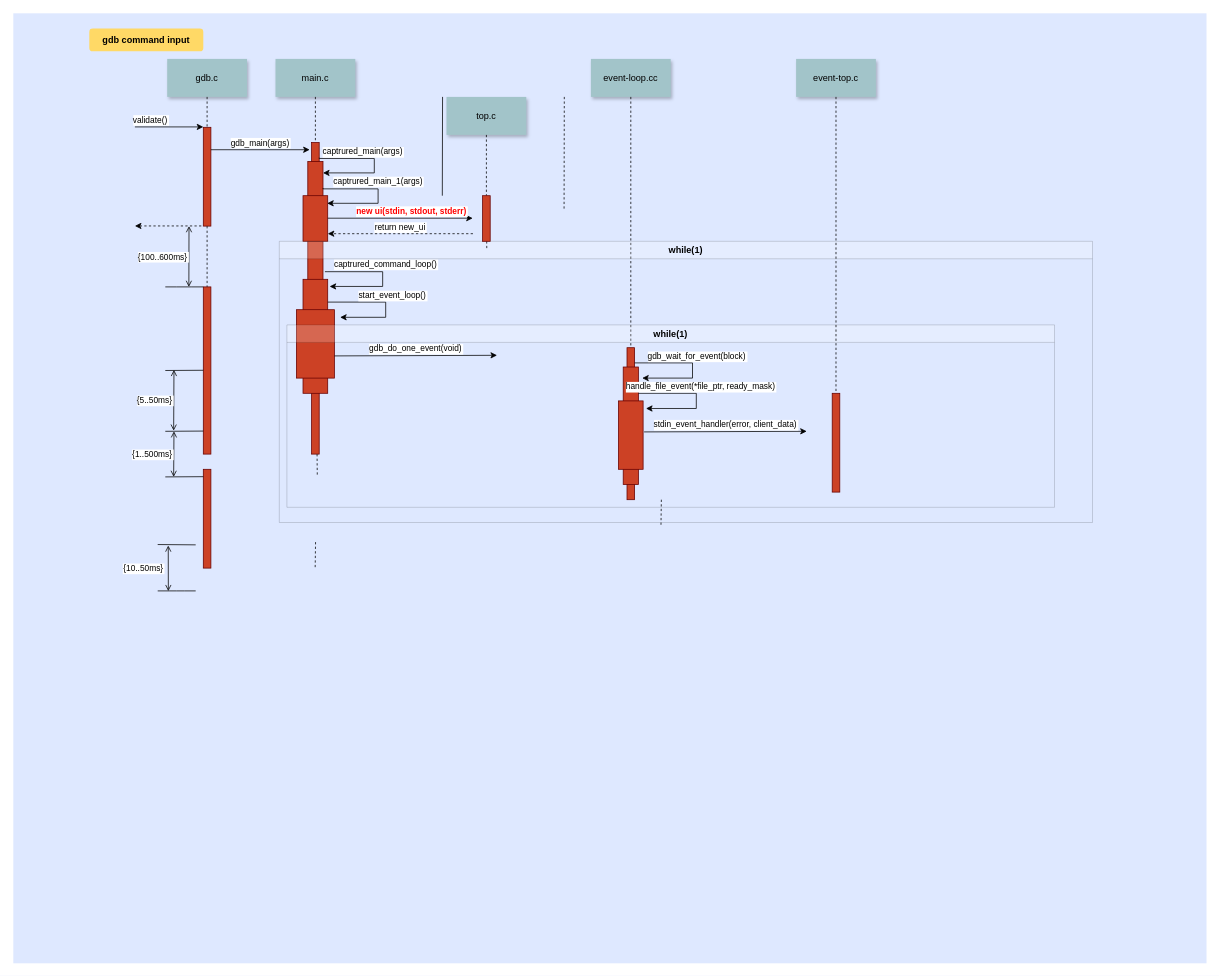
hieunguyenbv/gdb_flow keeps this draw.io diagram as Biểu đồ không có tiêu đề.drawio. Above is the earlier version. Source tidied: cells renumbered, new cells numbered last; positions are measured from the earlier drawing's top-left corner, leaving out a move shared by most shapes. Both pictures are drawn from the tidied source at 76%, with x=0, y=0 at pixel (13, 13).
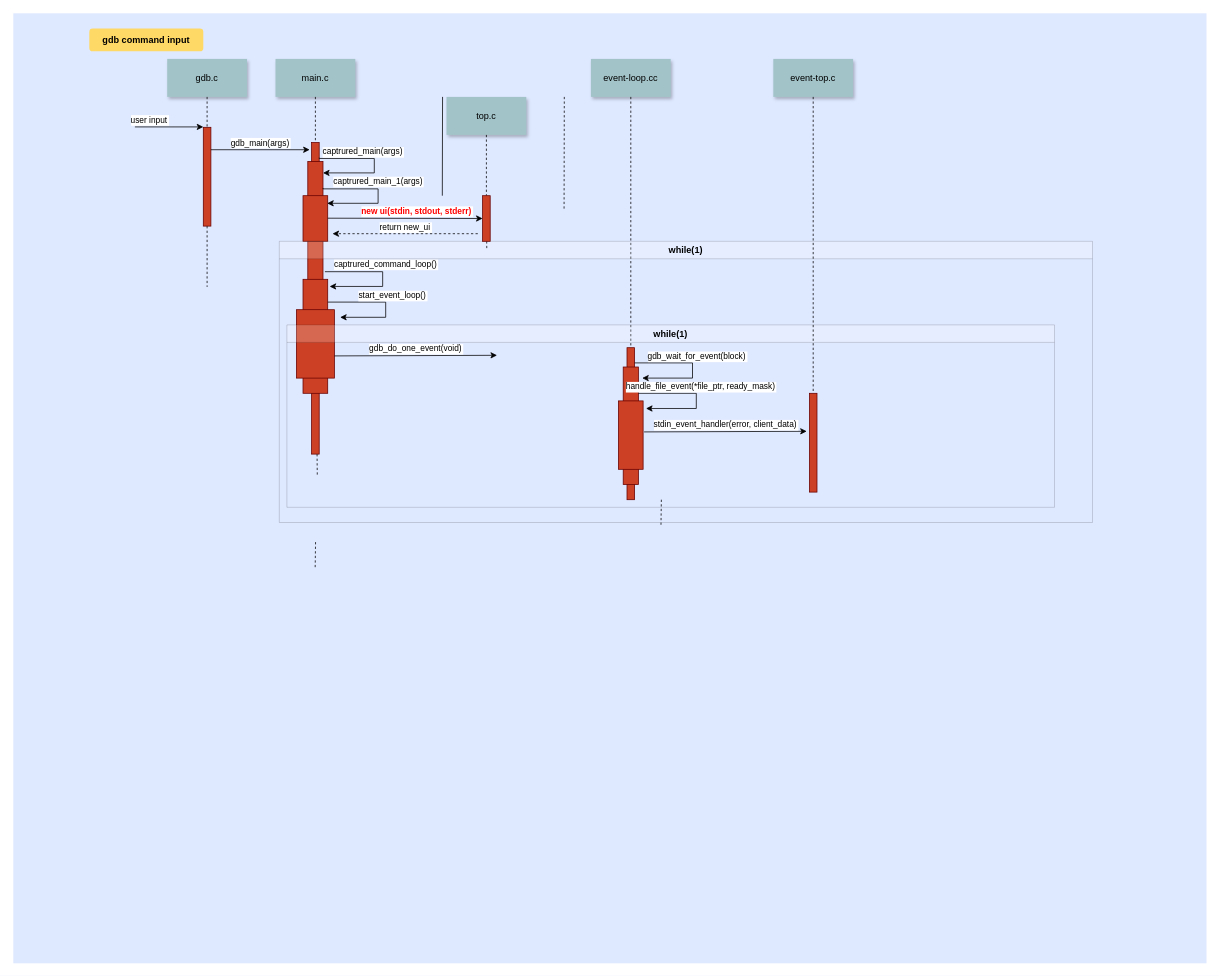
The same page after the edit.

Commit message (it also covers changes not shown here):
Cập nhật Biểu đồ không có tiêu đề.drawio

Unchanged cells that the change refers to:
```xml
<mxCell id="3" style="fillColor=#CC4125;strokeColor=#660000;" parent="1" vertex="1">
  <mxGeometry x="250" y="150" width="10" height="130" as="geometry" />
</mxCell>
<mxCell id="52" style="fillColor=#CC4125;strokeColor=#660000;" parent="1" vertex="1">
  <mxGeometry x="617.5" y="240" width="10" height="60" as="geometry" />
</mxCell>
```

Change to the diagram source:
```diff
@@
-    <mxCell id="4" value="validate()" style="edgeStyle=none;verticalLabelPosition=top;verticalAlign=bottom;labelPosition=left;align=right;" parent="1" edge="1">
+    <mxCell id="4" value="user input" style="edgeStyle=none;verticalLabelPosition=top;verticalAlign=bottom;labelPosition=left;align=right;" parent="1" edge="1">
       <mxGeometry x="110" y="49.5" as="geometry">
         <mxPoint x="160" y="149.5" as="sourcePoint" />
         <mxPoint x="250" y="149.5" as="targetPoint" />
       </mxGeometry>
     </mxCell>
@@
-    <mxCell id="10" style="edgeStyle=none;verticalLabelPosition=top;verticalAlign=bottom;labelPosition=left;align=right;endArrow=none;startArrow=classic;dashed=1;" parent="1" edge="1">
-      <mxGeometry x="110" y="179.8" as="geometry">
-        <mxPoint x="160" y="279.8" as="sourcePoint" />
-        <mxPoint x="250" y="279.8" as="targetPoint" />
-      </mxGeometry>
-    </mxCell>
@@
-    <mxCell id="17" style="fillColor=#CC4125;strokeColor=#660000;" parent="1" vertex="1">
-      <mxGeometry x="250" y="360" width="10" height="220" as="geometry" />
-    </mxCell>
-    <mxCell id="18" style="edgeStyle=none;dashed=1;endArrow=none;" parent="1" edge="1" source="3" target="17">
-      <mxGeometry x="50" y="300" as="geometry" />
+    <mxCell id="18" style="edgeStyle=none;dashed=1;endArrow=none;" parent="1" edge="1" source="3">
+      <mxGeometry x="50" y="300" as="geometry">
+        <mxPoint x="255" y="360" as="targetPoint" />
+      </mxGeometry>
     </mxCell>
-    <mxCell id="19" style="edgeStyle=elbowEdgeStyle;elbow=vertical;endArrow=none;" parent="1" edge="1" source="17">
-      <mxGeometry x="60" y="310" as="geometry">
-        <mxPoint x="200" y="360" as="targetPoint" />
-      </mxGeometry>
-    </mxCell>
-    <mxCell id="20" value="{100..600ms}" style="edgeStyle=elbowEdgeStyle;elbow=horizontal;startArrow=open;endArrow=open;labelPosition=left;align=right;" parent="1" edge="1">
-      <mxGeometry x="61.2" y="290" as="geometry">
-        <mxPoint x="231.2" y="280" as="sourcePoint" />
-        <mxPoint x="231.2" y="360" as="targetPoint" />
-      </mxGeometry>
-    </mxCell>
@@
-    <mxCell id="22" style="fillColor=#CC4125;strokeColor=#660000;" parent="1" vertex="1">
-      <mxGeometry x="250" y="600" width="10" height="130" as="geometry" />
-    </mxCell>
@@
-    <mxCell id="24" style="edgeStyle=elbowEdgeStyle;elbow=vertical;endArrow=none;" parent="1" edge="1">
-      <mxGeometry x="60" y="419.7" as="geometry">
-        <mxPoint x="250" y="469.7" as="sourcePoint" />
-        <mxPoint x="200" y="469.7" as="targetPoint" />
-      </mxGeometry>
-    </mxCell>
-    <mxCell id="25" style="edgeStyle=elbowEdgeStyle;elbow=vertical;endArrow=none;" parent="1" edge="1">
-      <mxGeometry x="60" y="499.7" as="geometry">
-        <mxPoint x="250" y="549.7" as="sourcePoint" />
-        <mxPoint x="200" y="549.7" as="targetPoint" />
-      </mxGeometry>
-    </mxCell>
-    <mxCell id="26" style="edgeStyle=elbowEdgeStyle;elbow=vertical;endArrow=none;" parent="1" edge="1">
-      <mxGeometry x="60" y="559.7" as="geometry">
-        <mxPoint x="250" y="609.7" as="sourcePoint" />
-        <mxPoint x="200" y="609.7" as="targetPoint" />
-      </mxGeometry>
-    </mxCell>
-    <mxCell id="27" style="edgeStyle=elbowEdgeStyle;elbow=vertical;endArrow=none;" parent="1" edge="1">
-      <mxGeometry x="50" y="649.4" as="geometry">
-        <mxPoint x="240" y="699.4" as="sourcePoint" />
-        <mxPoint x="190" y="699.4" as="targetPoint" />
-      </mxGeometry>
-    </mxCell>
-    <mxCell id="28" style="edgeStyle=elbowEdgeStyle;elbow=vertical;endArrow=none;" parent="1" edge="1">
-      <mxGeometry x="50" y="710" as="geometry">
-        <mxPoint x="240" y="760" as="sourcePoint" />
-        <mxPoint x="190" y="760" as="targetPoint" />
-      </mxGeometry>
-    </mxCell>
-    <mxCell id="29" value="{5..50ms}" style="edgeStyle=elbowEdgeStyle;elbow=horizontal;startArrow=open;endArrow=open;labelPosition=left;align=right;" parent="1" edge="1">
-      <mxGeometry x="41.4" y="479.2" as="geometry">
-        <mxPoint x="211.4" y="469.2" as="sourcePoint" />
-        <mxPoint x="211.4" y="549.2" as="targetPoint" />
-      </mxGeometry>
-    </mxCell>
-    <mxCell id="30" value="{1..500ms}" style="edgeStyle=elbowEdgeStyle;elbow=horizontal;startArrow=open;endArrow=open;labelPosition=left;align=right;" parent="1" edge="1">
-      <mxGeometry x="42.9" y="560" as="geometry">
-        <mxPoint x="211.4" y="550" as="sourcePoint" />
-        <mxPoint x="211.4" y="610" as="targetPoint" />
-      </mxGeometry>
-    </mxCell>
-    <mxCell id="31" value="{10..50ms}" style="edgeStyle=elbowEdgeStyle;elbow=horizontal;startArrow=open;endArrow=open;labelPosition=left;align=right;" parent="1" edge="1">
-      <mxGeometry as="geometry">
-        <mxPoint x="203.9" y="700.3" as="sourcePoint" />
-        <mxPoint x="203.9" y="760.3" as="targetPoint" />
-        <mxPoint x="-4.2" y="-0.3" as="offset" />
-      </mxGeometry>
-    </mxCell>
@@
-    <mxCell id="53" value="new ui(stdin, stdout, stderr)" style="edgeStyle=none;verticalLabelPosition=top;verticalAlign=bottom;entryX=0.389;entryY=0.216;entryDx=0;entryDy=0;entryPerimeter=0;strokeColor=default;fontStyle=1;fontColor=#ff0000;" parent="1" edge="1">
+    <mxCell id="53" value="new ui(stdin, stdout, stderr)" style="edgeStyle=none;verticalLabelPosition=top;verticalAlign=bottom;entryX=0;entryY=0.5;entryDx=0;entryDy=0;strokeColor=default;fontStyle=1;fontColor=#ff0000;" parent="1" edge="1" target="52">
       <mxGeometry as="geometry">
         <mxPoint x="413.8" y="269.6" as="sourcePoint" />
-        <mxPoint x="604.5" y="269.6" as="targetPoint" />
         <mxPoint x="15" as="offset" />
       </mxGeometry>
     </mxCell>
     <mxCell id="54" value="return new_ui" style="edgeStyle=none;verticalLabelPosition=top;verticalAlign=bottom;entryX=0.389;entryY=0.216;entryDx=0;entryDy=0;entryPerimeter=0;dashed=1;" parent="1" edge="1">
       <mxGeometry x="220" y="92" as="geometry">
-        <mxPoint x="604.8" y="290" as="sourcePoint" />
-        <mxPoint x="413.8" y="290" as="targetPoint" />
+        <mxPoint x="611.2" y="290" as="sourcePoint" />
+        <mxPoint x="420" y="290" as="targetPoint" />
       </mxGeometry>
     </mxCell>
     <mxCell id="55" value="event-top.c" style="shadow=1;fillColor=#A2C4C9;strokeColor=none;" parent="1" vertex="1">
-      <mxGeometry x="1030" y="60" width="105" height="50" as="geometry" />
+      <mxGeometry x="1000" y="60" width="105" height="50" as="geometry" />
     </mxCell>
@@
     <mxCell id="57" style="fillColor=#CC4125;strokeColor=#660000;" parent="1" vertex="1">
-      <mxGeometry x="1077.5" y="500" width="10" height="130" as="geometry" />
+      <mxGeometry x="1047.5" y="500" width="10" height="130" as="geometry" />
     </mxCell>
```
